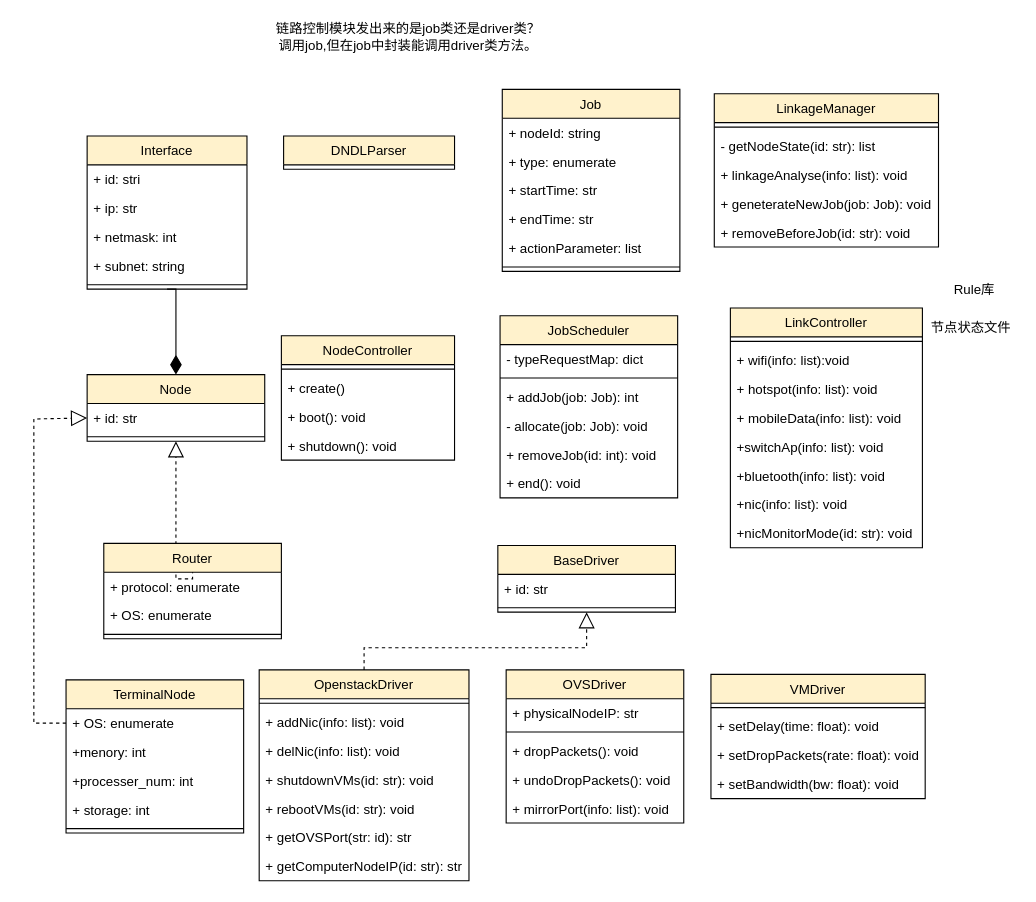
This is page "整体类图" (1 of 5) of 仿真功能模块UML类图.drawio from Icarus1994/neutron_conf, a draw.io file, before an edit. Source tidied: cells renumbered, new cells numbered last; positions are measured from the earlier drawing's top-left corner, leaving out a move shared by most shapes. Both pictures are drawn from the tidied source at 111%, with x=0, y=0 at pixel (33, 19).
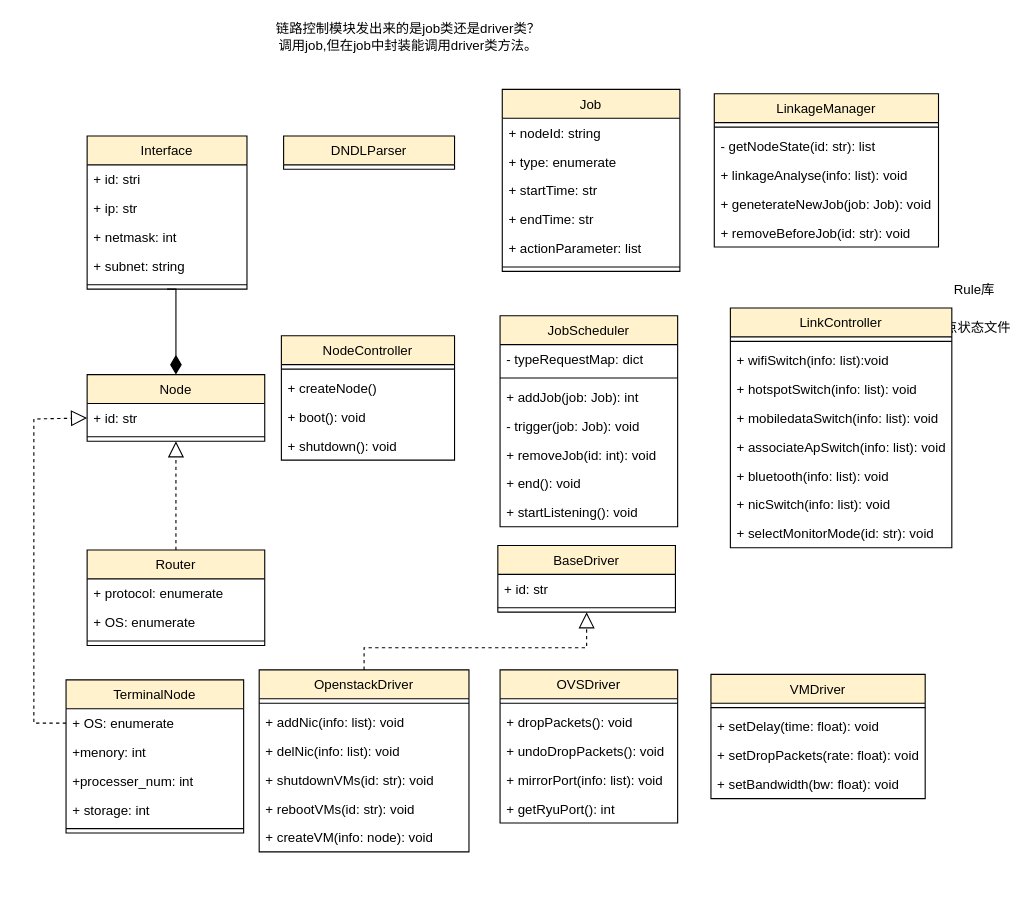
The same page after the edit.

Unchanged cells that the change refers to:
```xml
<mxCell id="42" value="NodeController" style="swimlane;fontStyle=0;align=center;verticalAlign=top;horizontal=1;startSize=26;fillColor=#fff2cc;strokeColor=#000000;" parent="1" vertex="1">
  <mxGeometry x="223" y="285" width="156" height="112" as="geometry" />
</mxCell>
```

Change to the diagram source:
```diff
@@
     <mxCell id="4" style="endArrow=block;dashed=1;endFill=0;endSize=12;html=1;exitX=0.5;exitY=0;exitDx=0;exitDy=0;edgeStyle=orthogonalEdgeStyle;rounded=0;" parent="1" edge="1" source="81">
       <mxGeometry relative="1" as="geometry">
         <mxPoint x="128" y="380" as="targetPoint" />
         <Array as="points">
-          <mxPoint x="128" y="504" />
+          <mxPoint x="128" y="478" />
         </Array>
       </mxGeometry>
     </mxCell>
@@
-    <mxCell id="11" value="OVSDriver" style="swimlane;fontStyle=0;align=center;verticalAlign=top;horizontal=1;startSize=26;fillColor=#fff2cc;strokeColor=#000000;" parent="1" vertex="1">
-      <mxGeometry x="425.5" y="586" width="160" height="138" as="geometry" />
-    </mxCell>
-    <mxCell id="12" value="+ physicalNodeIP: str" style="text;strokeColor=none;fillColor=none;align=left;verticalAlign=top;spacingLeft=4;spacingRight=4;overflow=hidden;" parent="11" vertex="1">
-      <mxGeometry y="26" width="160" height="26" as="geometry" />
-    </mxCell>
-    <mxCell id="13" style="line;strokeWidth=1;fillColor=none;align=left;verticalAlign=middle;spacingTop=-1;spacingLeft=3;spacingRight=3;labelPosition=right;" parent="11" vertex="1">
-      <mxGeometry y="52" width="160" height="8" as="geometry" />
-    </mxCell>
-    <mxCell id="14" value="+ dropPackets(): void" style="text;strokeColor=none;fillColor=none;align=left;verticalAlign=top;spacingLeft=4;spacingRight=4;overflow=hidden;" parent="11" vertex="1">
-      <mxGeometry y="60" width="160" height="26" as="geometry" />
-    </mxCell>
-    <mxCell id="15" value="+ undoDropPackets(): void" style="text;strokeColor=none;fillColor=none;align=left;verticalAlign=top;spacingLeft=4;spacingRight=4;overflow=hidden;" parent="11" vertex="1">
-      <mxGeometry y="86" width="160" height="26" as="geometry" />
-    </mxCell>
-    <mxCell id="16" value="+ mirrorPort(info: list): void" style="text;strokeColor=none;fillColor=none;align=left;verticalAlign=top;spacingLeft=4;spacingRight=4;overflow=hidden;" parent="11" vertex="1">
-      <mxGeometry y="112" width="160" height="26" as="geometry" />
-    </mxCell>
     <mxCell id="17" value="OpenstackDriver" style="swimlane;fontStyle=0;align=center;verticalAlign=top;horizontal=1;startSize=26;fillColor=#fff2cc;strokeColor=#000000;" parent="1" vertex="1">
-      <mxGeometry x="203" y="586" width="189" height="190" as="geometry" />
+      <mxGeometry x="203" y="586" width="189" height="164" as="geometry" />
     </mxCell>
@@
-    <mxCell id="23" value="+ getOVSPort(str: id): str" style="text;strokeColor=none;fillColor=none;align=left;verticalAlign=top;spacingLeft=4;spacingRight=4;overflow=hidden;" parent="17" vertex="1">
-      <mxGeometry y="138" width="189" height="26" as="geometry" />
-    </mxCell>
-    <mxCell id="24" value="+ getComputerNodeIP(id: str): str" style="text;strokeColor=none;fillColor=none;align=left;verticalAlign=top;spacingLeft=4;spacingRight=4;overflow=hidden;" parent="17" vertex="1">
-      <mxGeometry y="164" width="189" height="26" as="geometry" />
-    </mxCell>
+    <mxCell id="85" value="+ createVM(info: node): void" style="text;strokeColor=none;fillColor=none;align=left;verticalAlign=top;spacingLeft=4;spacingRight=4;overflow=hidden;" parent="17" vertex="1">
+      <mxGeometry y="138" width="189" height="26" as="geometry" />
+    </mxCell>
@@
-    <mxCell id="44" value="+ create()" style="text;strokeColor=none;fillColor=none;align=left;verticalAlign=top;spacingLeft=4;spacingRight=4;overflow=hidden;" parent="42" vertex="1">
+    <mxCell id="44" value="+ createNode()" style="text;strokeColor=none;fillColor=none;align=left;verticalAlign=top;spacingLeft=4;spacingRight=4;overflow=hidden;" parent="42" vertex="1">
       <mxGeometry y="34" width="156" height="26" as="geometry" />
     </mxCell>
@@
     <mxCell id="53" value="LinkController" style="swimlane;fontStyle=0;align=center;verticalAlign=top;horizontal=1;startSize=26;fillColor=#fff2cc;strokeColor=#000000;" parent="1" vertex="1">
-      <mxGeometry x="627.5" y="260" width="173" height="216" as="geometry" />
+      <mxGeometry x="627.5" y="260" width="199.5" height="216" as="geometry" />
     </mxCell>
     <mxCell id="54" style="line;strokeWidth=1;fillColor=none;align=left;verticalAlign=middle;spacingTop=-1;spacingLeft=3;spacingRight=3;labelPosition=right;" parent="53" vertex="1">
-      <mxGeometry y="26" width="173" height="8" as="geometry" />
+      <mxGeometry y="26" width="199.5" height="8" as="geometry" />
     </mxCell>
-    <mxCell id="55" value="+ wifi(info: list):void" style="text;strokeColor=none;fillColor=none;align=left;verticalAlign=top;spacingLeft=4;spacingRight=4;overflow=hidden;" parent="53" vertex="1">
-      <mxGeometry y="34" width="173" height="26" as="geometry" />
+    <mxCell id="55" value="+ wifiSwitch(info: list):void" style="text;strokeColor=none;fillColor=none;align=left;verticalAlign=top;spacingLeft=4;spacingRight=4;overflow=hidden;" parent="53" vertex="1">
+      <mxGeometry y="34" width="199.5" height="26" as="geometry" />
     </mxCell>
-    <mxCell id="56" value="+ hotspot(info: list): void" style="text;strokeColor=none;fillColor=none;align=left;verticalAlign=top;spacingLeft=4;spacingRight=4;overflow=hidden;" parent="53" vertex="1">
-      <mxGeometry y="60" width="173" height="26" as="geometry" />
+    <mxCell id="56" value="+ hotspotSwitch(info: list): void" style="text;strokeColor=none;fillColor=none;align=left;verticalAlign=top;spacingLeft=4;spacingRight=4;overflow=hidden;" parent="53" vertex="1">
+      <mxGeometry y="60" width="199.5" height="26" as="geometry" />
     </mxCell>
-    <mxCell id="57" value="+ mobileData(info: list): void" style="text;strokeColor=none;fillColor=none;align=left;verticalAlign=top;spacingLeft=4;spacingRight=4;overflow=hidden;" parent="53" vertex="1">
-      <mxGeometry y="86" width="173" height="26" as="geometry" />
+    <mxCell id="57" value="+ mobiledataSwitch(info: list): void" style="text;strokeColor=none;fillColor=none;align=left;verticalAlign=top;spacingLeft=4;spacingRight=4;overflow=hidden;" parent="53" vertex="1">
+      <mxGeometry y="86" width="199.5" height="26" as="geometry" />
     </mxCell>
-    <mxCell id="58" value="+switchAp(info: list): void&#10;" style="text;strokeColor=none;fillColor=none;align=left;verticalAlign=top;spacingLeft=4;spacingRight=4;overflow=hidden;" parent="53" vertex="1">
-      <mxGeometry y="112" width="173" height="26" as="geometry" />
+    <mxCell id="58" value="+ associateApSwitch(info: list): void&#10;" style="text;strokeColor=none;fillColor=none;align=left;verticalAlign=top;spacingLeft=4;spacingRight=4;overflow=hidden;" parent="53" vertex="1">
+      <mxGeometry y="112" width="199.5" height="26" as="geometry" />
     </mxCell>
-    <mxCell id="59" value="+bluetooth(info: list): void" style="text;strokeColor=none;fillColor=none;align=left;verticalAlign=top;spacingLeft=4;spacingRight=4;overflow=hidden;" parent="53" vertex="1">
-      <mxGeometry y="138" width="173" height="26" as="geometry" />
+    <mxCell id="59" value="+ bluetooth(info: list): void" style="text;strokeColor=none;fillColor=none;align=left;verticalAlign=top;spacingLeft=4;spacingRight=4;overflow=hidden;" parent="53" vertex="1">
+      <mxGeometry y="138" width="199.5" height="26" as="geometry" />
     </mxCell>
-    <mxCell id="60" value="+nic(info: list): void" style="text;strokeColor=none;fillColor=none;align=left;verticalAlign=top;spacingLeft=4;spacingRight=4;overflow=hidden;" parent="53" vertex="1">
-      <mxGeometry y="164" width="173" height="26" as="geometry" />
+    <mxCell id="60" value="+ nicSwitch(info: list): void" style="text;strokeColor=none;fillColor=none;align=left;verticalAlign=top;spacingLeft=4;spacingRight=4;overflow=hidden;" parent="53" vertex="1">
+      <mxGeometry y="164" width="199.5" height="26" as="geometry" />
     </mxCell>
-    <mxCell id="61" value="+nicMonitorMode(id: str): void" style="text;strokeColor=none;fillColor=none;align=left;verticalAlign=top;spacingLeft=4;spacingRight=4;overflow=hidden;" parent="53" vertex="1">
-      <mxGeometry y="190" width="173" height="26" as="geometry" />
+    <mxCell id="61" value="+ selectMonitorMode(id: str): void" style="text;strokeColor=none;fillColor=none;align=left;verticalAlign=top;spacingLeft=4;spacingRight=4;overflow=hidden;" parent="53" vertex="1">
+      <mxGeometry y="190" width="199.5" height="26" as="geometry" />
     </mxCell>
@@
     <mxCell id="69" value="JobScheduler" style="swimlane;fontStyle=0;align=center;verticalAlign=top;horizontal=1;startSize=26;fillColor=#fff2cc;strokeColor=#000000;" parent="1" vertex="1">
-      <mxGeometry x="420" y="267" width="160" height="164" as="geometry" />
+      <mxGeometry x="420" y="267" width="160" height="190" as="geometry" />
     </mxCell>
@@
-    <mxCell id="73" value="- allocate(job: Job): void" style="text;strokeColor=none;fillColor=none;align=left;verticalAlign=top;spacingLeft=4;spacingRight=4;overflow=hidden;" parent="69" vertex="1">
+    <mxCell id="73" value="- trigger(job: Job): void" style="text;strokeColor=none;fillColor=none;align=left;verticalAlign=top;spacingLeft=4;spacingRight=4;overflow=hidden;" parent="69" vertex="1">
       <mxGeometry y="86" width="160" height="26" as="geometry" />
     </mxCell>
@@
+    <mxCell id="86" value="+ startListening(): void" style="text;strokeColor=none;fillColor=none;align=left;verticalAlign=top;spacingLeft=4;spacingRight=4;overflow=hidden;" parent="69" vertex="1">
+      <mxGeometry y="164" width="160" height="26" as="geometry" />
+    </mxCell>
@@
+    <mxCell id="11" value="OVSDriver" style="swimlane;fontStyle=0;align=center;verticalAlign=top;horizontal=1;startSize=26;fillColor=#fff2cc;strokeColor=#000000;" parent="1" vertex="1">
+      <mxGeometry x="420" y="586" width="160" height="138" as="geometry" />
+    </mxCell>
+    <mxCell id="13" style="line;strokeWidth=1;fillColor=none;align=left;verticalAlign=middle;spacingTop=-1;spacingLeft=3;spacingRight=3;labelPosition=right;" parent="11" vertex="1">
+      <mxGeometry y="26" width="160" height="8" as="geometry" />
+    </mxCell>
+    <mxCell id="14" value="+ dropPackets(): void" style="text;strokeColor=none;fillColor=none;align=left;verticalAlign=top;spacingLeft=4;spacingRight=4;overflow=hidden;" parent="11" vertex="1">
+      <mxGeometry y="34" width="160" height="26" as="geometry" />
+    </mxCell>
+    <mxCell id="15" value="+ undoDropPackets(): void" style="text;strokeColor=none;fillColor=none;align=left;verticalAlign=top;spacingLeft=4;spacingRight=4;overflow=hidden;" parent="11" vertex="1">
+      <mxGeometry y="60" width="160" height="26" as="geometry" />
+    </mxCell>
+    <mxCell id="16" value="+ mirrorPort(info: list): void" style="text;strokeColor=none;fillColor=none;align=left;verticalAlign=top;spacingLeft=4;spacingRight=4;overflow=hidden;" parent="11" vertex="1">
+      <mxGeometry y="86" width="160" height="26" as="geometry" />
+    </mxCell>
+    <mxCell id="87" value="+ getRyuPort(): int" style="text;strokeColor=none;fillColor=none;align=left;verticalAlign=top;spacingLeft=4;spacingRight=4;overflow=hidden;" parent="11" vertex="1">
+      <mxGeometry y="112" width="160" height="26" as="geometry" />
+    </mxCell>
     <mxCell id="81" value="Router" style="swimlane;fontStyle=0;align=center;verticalAlign=top;horizontal=1;startSize=26;fillColor=#fff2cc;strokeColor=#000000;" parent="1" vertex="1">
-      <mxGeometry x="63" y="472" width="160" height="86" as="geometry" />
+      <mxGeometry x="48" y="478" width="160" height="86" as="geometry" />
     </mxCell>
```
